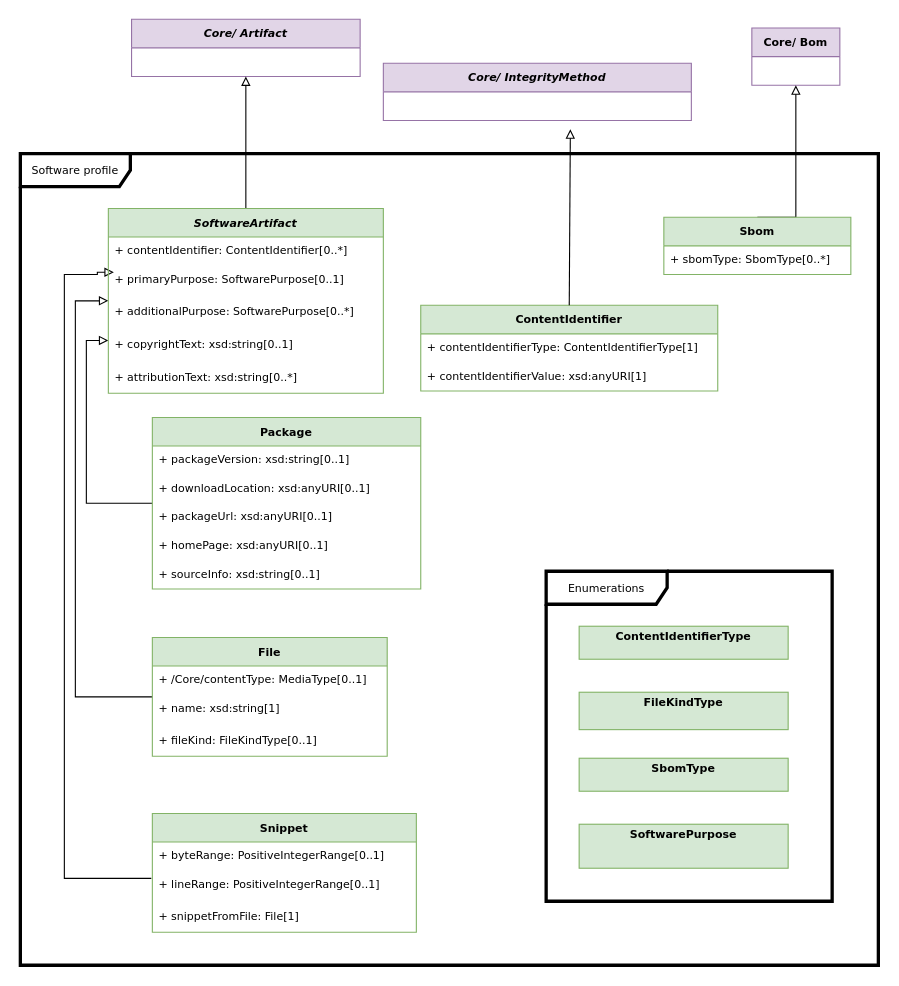
stevenc-stb/spdx-3-model keeps this draw.io diagram as page "Software" (2 of 11) of docs/model.drawio. Above is the earlier version. Source tidied: cells renumbered, new cells numbered last; positions are measured from the earlier drawing's top-left corner, leaving out a move shared by most shapes. Both pictures are drawn from the tidied source at 110%, with x=0, y=0 at pixel (20, 19).
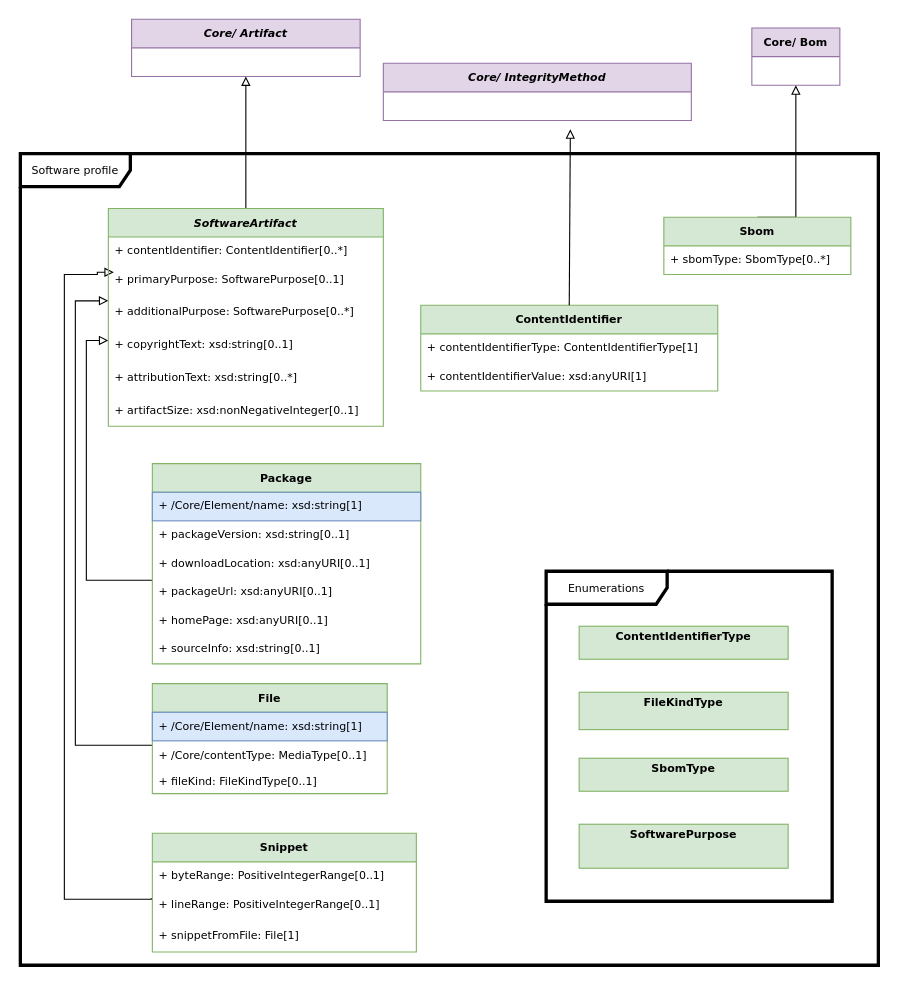
Above is the later version.

Unchanged cells that the change refers to:
```xml
<mxCell id="8" value="+ lineRange: PositiveIntegerRange[0..1]" style="text;strokeColor=none;fillColor=none;align=left;verticalAlign=top;spacingLeft=4;spacingRight=4;overflow=hidden;points=[[0,0.5],[1,0.5]];portConstraint=eastwest;fontFamily=Verdana;fontSize=10;" parent="6" vertex="1">
  <mxGeometry y="52" width="240" height="26" as="geometry" />
</mxCell>
<mxCell id="30" value="+ primaryPurpose: SoftwarePurpose[0..1]" style="text;strokeColor=none;fillColor=none;align=left;verticalAlign=top;spacingLeft=4;spacingRight=4;overflow=hidden;points=[[0,0.5],[1,0.5]];portConstraint=eastwest;fontFamily=Verdana;fontSize=10;" parent="28" vertex="1">
  <mxGeometry y="52" width="250" height="26" as="geometry" />
</mxCell>
```

What changed in the source:
```diff
@@
     <mxCell id="4" style="edgeStyle=orthogonalEdgeStyle;rounded=0;jettySize=auto;html=1;startSize=6;endArrow=block;endFill=0;endSize=6;fontFamily=Verdana;fontSize=10;" parent="1" edge="1" source="10" target="28">
       <mxGeometry relative="1" as="geometry">
         <Array as="points">
-          <mxPoint x="50" y="616" />
+          <mxPoint x="50" y="660" />
           <mxPoint x="50" y="256" />
         </Array>
       </mxGeometry>
     </mxCell>
@@
     <mxCell id="6" value="Snippet" style="swimlane;fontStyle=1;horizontal=1;startSize=26;fillColor=#d5e8d4;strokeColor=#82b366;fontFamily=Verdana;fontSize=10;" parent="1" vertex="1">
-      <mxGeometry x="120" y="722" width="240" height="108" as="geometry" />
+      <mxGeometry x="120" y="740" width="240" height="108" as="geometry" />
     </mxCell>
@@
     <mxCell id="10" value="File" style="swimlane;fontStyle=1;horizontal=1;startSize=26;fillColor=#d5e8d4;strokeColor=#82b366;fontFamily=Verdana;fontSize=10;" parent="1" vertex="1">
-      <mxGeometry x="120" y="562" width="213.5" height="108" as="geometry" />
+      <mxGeometry x="120" y="604" width="213.5" height="100" as="geometry" />
     </mxCell>
+    <mxCell id="12" value="+ /Core/Element/name: xsd:string[1]" style="text;strokeColor=#6c8ebf;fillColor=#dae8fc;align=left;verticalAlign=middle;spacingLeft=4;spacingRight=4;overflow=hidden;fontFamily=Verdana;fontSize=10;" parent="10" vertex="1">
+      <mxGeometry y="26" width="213.5" height="26" as="geometry" />
+    </mxCell>
-    <mxCell id="11" value="+ /Core/contentType: MediaType[0..1]" style="text;strokeColor=none;fillColor=none;align=left;verticalAlign=top;spacingLeft=4;spacingRight=4;overflow=hidden;fontFamily=Verdana;fontSize=10;" parent="10" vertex="1">
-      <mxGeometry y="26" width="213.5" height="26" as="geometry" />
+    <mxCell id="11" value="+ /Core/contentType: MediaType[0..1]" style="text;strokeColor=none;fillColor=none;align=left;verticalAlign=middle;spacingLeft=4;spacingRight=4;overflow=hidden;fontFamily=Verdana;fontSize=10;" parent="10" vertex="1">
+      <mxGeometry y="52" width="213.5" height="26" as="geometry" />
     </mxCell>
-    <mxCell id="12" value="+ name: xsd:string[1]" style="text;strokeColor=none;fillColor=none;align=left;verticalAlign=top;spacingLeft=4;spacingRight=4;overflow=hidden;fontFamily=Verdana;fontSize=10;" parent="10" vertex="1">
-      <mxGeometry y="52" width="213.5" height="26" as="geometry" />
-    </mxCell>
     <mxCell id="13" value="+ fileKind: FileKindType[0..1]" style="text;strokeColor=none;fillColor=none;align=left;verticalAlign=middle;spacingLeft=4;spacingRight=4;overflow=hidden;whiteSpace=wrap;html=1;fontFamily=Verdana;fontSize=10;" parent="10" vertex="1">
-      <mxGeometry y="78" width="213.5" height="30" as="geometry" />
+      <mxGeometry y="78" width="213.5" height="22" as="geometry" />
     </mxCell>
     <mxCell id="14" style="edgeStyle=orthogonalEdgeStyle;rounded=0;jettySize=auto;html=1;endArrow=block;endFill=0;fontFamily=Verdana;fontSize=10;" parent="1" edge="1" source="15" target="28">
       <mxGeometry relative="1" as="geometry">
         <Array as="points">
-          <mxPoint x="60" y="440" />
+          <mxPoint x="60" y="510" />
           <mxPoint x="60" y="292" />
         </Array>
       </mxGeometry>
     </mxCell>
     <mxCell id="15" value="Package" style="swimlane;fontStyle=1;horizontal=1;startSize=26;fillColor=#d5e8d4;strokeColor=#82b366;fontFamily=Verdana;fontSize=10;" parent="1" vertex="1">
-      <mxGeometry x="120" y="362" width="244" height="156" as="geometry" />
+      <mxGeometry x="120" y="404" width="244" height="182" as="geometry" />
     </mxCell>
+    <mxCell id="44" value="+ /Core/Element/name: xsd:string[1]" style="text;strokeColor=#6c8ebf;fillColor=#dae8fc;align=left;verticalAlign=top;spacingLeft=4;spacingRight=4;overflow=hidden;fontFamily=Verdana;fontSize=10;" parent="15" vertex="1">
+      <mxGeometry y="26" width="244" height="26" as="geometry" />
+    </mxCell>
     <mxCell id="16" value="+ packageVersion: xsd:string[0..1]" style="text;strokeColor=none;fillColor=none;align=left;verticalAlign=top;spacingLeft=4;spacingRight=4;overflow=hidden;fontFamily=Verdana;fontSize=10;" parent="15" vertex="1">
-      <mxGeometry y="26" width="244" height="26" as="geometry" />
+      <mxGeometry y="52" width="244" height="26" as="geometry" />
     </mxCell>
     <mxCell id="17" value="+ downloadLocation: xsd:anyURI[0..1]" style="text;strokeColor=none;fillColor=none;align=left;verticalAlign=top;spacingLeft=4;spacingRight=4;overflow=hidden;fontFamily=Verdana;fontSize=10;" parent="15" vertex="1">
-      <mxGeometry y="52" width="244" height="26" as="geometry" />
+      <mxGeometry y="78" width="244" height="26" as="geometry" />
     </mxCell>
     <mxCell id="18" value="+ packageUrl: xsd:anyURI[0..1]" style="text;strokeColor=none;fillColor=none;align=left;verticalAlign=top;spacingLeft=4;spacingRight=4;overflow=hidden;fontFamily=Verdana;fontSize=10;" parent="15" vertex="1">
-      <mxGeometry y="78" width="244" height="26" as="geometry" />
+      <mxGeometry y="104" width="244" height="26" as="geometry" />
     </mxCell>
     <mxCell id="19" value="+ homePage: xsd:anyURI[0..1]" style="text;strokeColor=none;fillColor=none;align=left;verticalAlign=top;spacingLeft=4;spacingRight=4;overflow=hidden;fontFamily=Verdana;fontSize=10;" parent="15" vertex="1">
-      <mxGeometry y="104" width="244" height="26" as="geometry" />
+      <mxGeometry y="130" width="244" height="26" as="geometry" />
     </mxCell>
     <mxCell id="20" value="+ sourceInfo: xsd:string[0..1]" style="text;strokeColor=none;fillColor=none;align=left;verticalAlign=top;spacingLeft=4;spacingRight=4;overflow=hidden;fontFamily=Verdana;fontSize=10;" parent="15" vertex="1">
-      <mxGeometry y="130" width="244" height="26" as="geometry" />
+      <mxGeometry y="156" width="244" height="26" as="geometry" />
     </mxCell>
@@
     <mxCell id="27" style="edgeStyle=orthogonalEdgeStyle;rounded=0;jettySize=auto;html=1;startSize=6;endArrow=block;endFill=0;endSize=6;exitX=-0.004;exitY=0.269;exitDx=0;exitDy=0;exitPerimeter=0;entryX=0.02;entryY=0.231;entryDx=0;entryDy=0;entryPerimeter=0;fontFamily=Verdana;fontSize=10;" parent="1" edge="1" source="8" target="30">
       <mxGeometry relative="1" as="geometry">
         <Array as="points">
-          <mxPoint x="40" y="781" />
+          <mxPoint x="119" y="800" />
+          <mxPoint x="40" y="800" />
           <mxPoint x="40" y="232" />
           <mxPoint x="70" y="232" />
           <mxPoint x="70" y="230" />
         </Array>
       </mxGeometry>
     </mxCell>
     <mxCell id="28" value="SoftwareArtifact" style="swimlane;fontStyle=3;horizontal=1;startSize=26;fillColor=#d5e8d4;whiteSpace=wrap;html=1;strokeColor=#82b366;fontFamily=Verdana;fontSize=10;" parent="1" vertex="1">
-      <mxGeometry x="80" y="172" width="250" height="168" as="geometry" />
+      <mxGeometry x="80" y="172" width="250" height="198" as="geometry" />
     </mxCell>
@@
+    <mxCell id="45" value="+&amp;nbsp;artifactSize: xsd:nonNegativeInteger[0..1]" style="text;strokeColor=none;fillColor=none;align=left;verticalAlign=middle;spacingLeft=4;spacingRight=4;overflow=hidden;whiteSpace=wrap;html=1;fontFamily=Verdana;fontSize=10;" parent="28" vertex="1">
+      <mxGeometry y="168" width="250" height="30" as="geometry" />
+    </mxCell>
```
